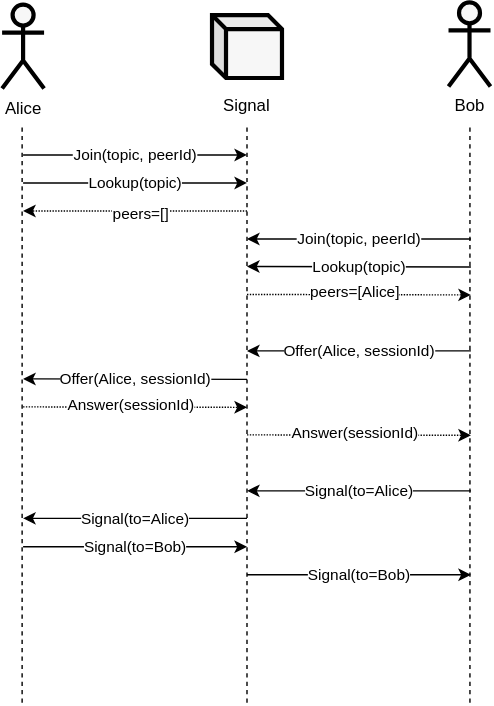
Before: docs/design/diagrams/mesh-signaling-sequence.drawio.svg, a diagram exported from draw.io (dxos/dxos). Source tidied: cells renumbered, new cells last; positions are measured from the earlier drawing's top-left corner, leaving out a move shared by most shapes.
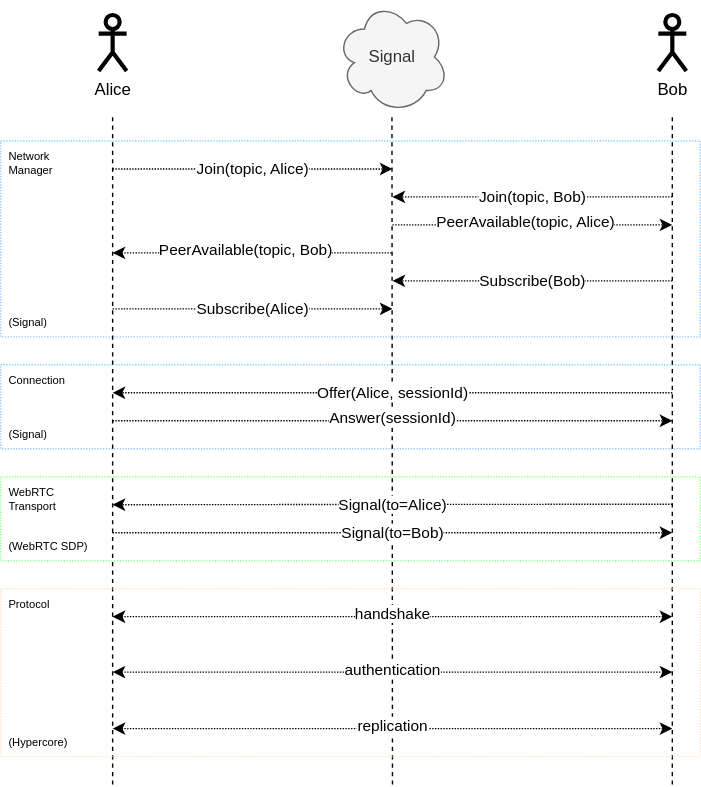
After the commit.

Diff of the diagram source:
```diff
@@ -2,131 +2,160 @@
   <root>
     <mxCell id="0" />
     <mxCell id="1" parent="0" />
+    <mxCell id="27" value="WebRTC&lt;br&gt;Transport" style="rounded=0;whiteSpace=wrap;html=1;fillColor=none;dashed=1;dashPattern=1 1;align=left;verticalAlign=top;fontSize=8;spacingLeft=4;spacingRight=4;strokeColor=#99FF99;" parent="1" vertex="1">
+      <mxGeometry x="-80" y="330" width="500" height="60" as="geometry" />
+    </mxCell>
+    <mxCell id="28" value="Connection" style="rounded=0;whiteSpace=wrap;html=1;fillColor=none;dashed=1;dashPattern=1 1;align=left;verticalAlign=top;fontSize=8;spacingLeft=4;spacingRight=4;strokeColor=#99CCFF;" parent="1" vertex="1">
+      <mxGeometry x="-80" y="250" width="500" height="60" as="geometry" />
+    </mxCell>
+    <mxCell id="29" value="Network&lt;br&gt;Manager" style="rounded=0;whiteSpace=wrap;html=1;fillColor=none;dashed=1;dashPattern=1 1;align=left;verticalAlign=top;fontSize=8;spacingLeft=4;spacingRight=4;strokeColor=#99CCFF;" parent="1" vertex="1">
+      <mxGeometry x="-80" y="90" width="500" height="140" as="geometry" />
+    </mxCell>
     <mxCell id="2" value="Alice" style="shape=umlActor;verticalLabelPosition=bottom;verticalAlign=top;html=1;strokeWidth=3;fillColor=#F7F7F7;" parent="1" vertex="1">
-      <mxGeometry y="1.5" width="30" height="60" as="geometry" />
+      <mxGeometry x="-10" width="20" height="40" as="geometry" />
     </mxCell>
-    <mxCell id="3" style="shape=cube;whiteSpace=wrap;html=1;boundedLbl=1;backgroundOutline=1;darkOpacity=0.05;darkOpacity2=0.1;strokeWidth=3;fillColor=#F7F7F7;size=10;" parent="1" vertex="1">
-      <mxGeometry x="150" y="9" width="50" height="45" as="geometry" />
-    </mxCell>
-    <mxCell id="4" value="Signal" style="text;html=1;strokeColor=none;fillColor=none;align=center;verticalAlign=middle;whiteSpace=wrap;rounded=0;" parent="1" vertex="1">
-      <mxGeometry x="145" y="59" width="60" height="30" as="geometry" />
-    </mxCell>
     <mxCell id="5" value="Bob" style="shape=umlActor;verticalLabelPosition=bottom;verticalAlign=top;html=1;strokeWidth=3;fillColor=#F7F7F7;" parent="1" vertex="1">
-      <mxGeometry x="319" width="30" height="60" as="geometry" />
+      <mxGeometry x="390" width="20" height="40" as="geometry" />
     </mxCell>
     <mxCell id="6" style="endArrow=none;dashed=1;html=1;rounded=0;strokeWidth=1;" parent="1" edge="1">
       <mxGeometry relative="1" as="geometry">
-        <mxPoint x="14.3" y="500.4" as="sourcePoint" />
-        <mxPoint x="14.3" y="89" as="targetPoint" />
+        <mxPoint y="550" as="sourcePoint" />
+        <mxPoint y="70" as="targetPoint" />
       </mxGeometry>
     </mxCell>
     <mxCell id="7" style="endArrow=none;dashed=1;html=1;rounded=0;strokeWidth=1;" parent="1" edge="1">
       <mxGeometry relative="1" as="geometry">
-        <mxPoint x="175" y="500.4" as="sourcePoint" />
-        <mxPoint x="175" y="89" as="targetPoint" />
+        <mxPoint x="200" y="550" as="sourcePoint" />
+        <mxPoint x="199.6" y="70" as="targetPoint" />
       </mxGeometry>
     </mxCell>
     <mxCell id="8" style="endArrow=none;dashed=1;html=1;rounded=0;strokeWidth=1;" parent="1" edge="1">
       <mxGeometry relative="1" as="geometry">
-        <mxPoint x="334.3" y="500.4" as="sourcePoint" />
-        <mxPoint x="334.3" y="89" as="targetPoint" />
+        <mxPoint x="400" y="550" as="sourcePoint" />
+        <mxPoint x="400" y="70" as="targetPoint" />
       </mxGeometry>
     </mxCell>
-    <mxCell id="9" value="Join(topic, peerId)" style="endArrow=classic;html=1;rounded=0;strokeWidth=1;" parent="1" edge="1">
+    <mxCell id="9" value="Join(topic, Alice)" style="endArrow=classic;html=1;rounded=0;strokeWidth=1;dashed=1;dashPattern=1 1;" parent="1" edge="1">
       <mxGeometry relative="1" as="geometry">
-        <mxPoint x="15" y="109" as="sourcePoint" />
-        <mxPoint x="175" y="109" as="targetPoint" />
+        <mxPoint y="110" as="sourcePoint" />
+        <mxPoint x="200" y="110" as="targetPoint" />
       </mxGeometry>
     </mxCell>
-    <mxCell id="10" value="Join(topic, peerId)" style="endArrow=classic;html=1;rounded=0;strokeWidth=1;" parent="1" edge="1">
+    <mxCell id="10" value="Join(topic, Bob)" style="endArrow=classic;html=1;rounded=0;strokeWidth=1;dashed=1;dashPattern=1 1;" parent="1" edge="1">
       <mxGeometry relative="1" as="geometry">
-        <mxPoint x="335" y="169" as="sourcePoint" />
-        <mxPoint x="175" y="169" as="targetPoint" />
+        <mxPoint x="400" y="130" as="sourcePoint" />
+        <mxPoint x="200" y="130" as="targetPoint" />
       </mxGeometry>
     </mxCell>
-    <mxCell id="11" value="Lookup(topic)" style="endArrow=classic;html=1;rounded=0;strokeWidth=1;" parent="1" edge="1">
-      <mxGeometry relative="1" as="geometry">
-        <mxPoint x="15" y="129" as="sourcePoint" />
-        <mxPoint x="175" y="129" as="targetPoint" />
-      </mxGeometry>
-    </mxCell>
-    <mxCell id="12" style="endArrow=classic;html=1;rounded=0;strokeWidth=1;dashed=1;dashPattern=1 1;" parent="1" edge="1">
-      <mxGeometry relative="1" as="geometry">
-        <mxPoint x="175" y="149" as="sourcePoint" />
-        <mxPoint x="15" y="149" as="targetPoint" />
-      </mxGeometry>
-    </mxCell>
-    <mxCell id="13" value="peers=[]" style="edgeLabel;html=1;align=center;verticalAlign=middle;" parent="12" vertex="1">
-      <mxGeometry x="-0.05" y="2" relative="1" as="geometry" />
-    </mxCell>
-    <mxCell id="14" value="Lookup(topic)" style="endArrow=classic;html=1;rounded=0;strokeWidth=1;" parent="1" edge="1">
-      <mxGeometry relative="1" as="geometry">
-        <mxPoint x="335" y="189" as="sourcePoint" />
-        <mxPoint x="175" y="188.7" as="targetPoint" />
-      </mxGeometry>
-    </mxCell>
     <mxCell id="15" style="endArrow=classic;html=1;rounded=0;strokeWidth=1;dashed=1;dashPattern=1 1;" parent="1" edge="1">
       <mxGeometry relative="1" as="geometry">
-        <mxPoint x="175" y="208.7" as="sourcePoint" />
-        <mxPoint x="335" y="209" as="targetPoint" />
+        <mxPoint x="200" y="150" as="sourcePoint" />
+        <mxPoint x="400" y="150" as="targetPoint" />
       </mxGeometry>
     </mxCell>
-    <mxCell id="16" value="peers=[Alice]" style="edgeLabel;html=1;align=center;verticalAlign=middle;" parent="15" vertex="1">
+    <mxCell id="16" value="PeerAvailable(topic, Alice)" style="edgeLabel;html=1;align=center;verticalAlign=middle;" parent="15" vertex="1">
       <mxGeometry x="-0.05" y="2" relative="1" as="geometry" />
     </mxCell>
-    <mxCell id="17" value="Offer(Alice, sessionId)" style="endArrow=classic;html=1;rounded=0;strokeWidth=1;" parent="1" edge="1">
+    <mxCell id="17" value="Offer(Alice, sessionId)" style="endArrow=classic;html=1;rounded=0;strokeWidth=1;dashed=1;dashPattern=1 1;" parent="1" edge="1">
       <mxGeometry relative="1" as="geometry">
-        <mxPoint x="335" y="249" as="sourcePoint" />
-        <mxPoint x="175" y="249" as="targetPoint" />
+        <mxPoint x="400" y="270" as="sourcePoint" />
+        <mxPoint y="270" as="targetPoint" />
       </mxGeometry>
     </mxCell>
-    <mxCell id="18" value="Offer(Alice, sessionId)" style="endArrow=classic;html=1;rounded=0;strokeWidth=1;" parent="1" edge="1">
-      <mxGeometry relative="1" as="geometry">
-        <mxPoint x="175" y="269.3" as="sourcePoint" />
-        <mxPoint x="15" y="269" as="targetPoint" />
-      </mxGeometry>
-    </mxCell>
     <mxCell id="19" style="endArrow=classic;html=1;rounded=0;strokeWidth=1;dashed=1;dashPattern=1 1;" parent="1" edge="1">
       <mxGeometry relative="1" as="geometry">
-        <mxPoint x="15" y="289" as="sourcePoint" />
-        <mxPoint x="175" y="289.3" as="targetPoint" />
+        <mxPoint y="290" as="sourcePoint" />
+        <mxPoint x="400" y="290" as="targetPoint" />
       </mxGeometry>
     </mxCell>
     <mxCell id="20" value="Answer(sessionId)" style="edgeLabel;html=1;align=center;verticalAlign=middle;" parent="19" vertex="1">
-      <mxGeometry x="-0.05" y="2" relative="1" as="geometry" />
+      <mxGeometry x="-0.05" y="2" relative="1" as="geometry">
+        <mxPoint x="10" as="offset" />
+      </mxGeometry>
     </mxCell>
-    <mxCell id="21" style="endArrow=classic;html=1;rounded=0;strokeWidth=1;dashed=1;dashPattern=1 1;" parent="1" edge="1">
-      <mxGeometry relative="1" as="geometry">
-        <mxPoint x="175" y="309" as="sourcePoint" />
-        <mxPoint x="335" y="309.3" as="targetPoint" />
-      </mxGeometry>
-    </mxCell>
-    <mxCell id="22" value="Answer(sessionId)" style="edgeLabel;html=1;align=center;verticalAlign=middle;" parent="21" vertex="1">
-      <mxGeometry x="-0.05" y="2" relative="1" as="geometry" />
-    </mxCell>
-    <mxCell id="23" value="Signal(to=Alice)" style="endArrow=classic;html=1;rounded=0;strokeWidth=1;" parent="1" edge="1">
+    <mxCell id="23" value="Signal(to=Alice)" style="endArrow=classic;html=1;rounded=0;strokeWidth=1;dashed=1;dashPattern=1 1;" parent="1" edge="1">
       <mxGeometry relative="1" as="geometry">
-        <mxPoint x="335" y="349" as="sourcePoint" />
-        <mxPoint x="175" y="349" as="targetPoint" />
+        <mxPoint x="400" y="349.6" as="sourcePoint" />
+        <mxPoint y="350" as="targetPoint" />
       </mxGeometry>
     </mxCell>
-    <mxCell id="24" value="Signal(to=Alice)" style="endArrow=classic;html=1;rounded=0;strokeWidth=1;" parent="1" edge="1">
-      <mxGeometry relative="1" as="geometry">
-        <mxPoint x="175" y="368.7" as="sourcePoint" />
-        <mxPoint x="15" y="368.7" as="targetPoint" />
-      </mxGeometry>
-    </mxCell>
-    <mxCell id="25" value="Signal(to=Bob)" style="endArrow=classic;html=1;rounded=0;strokeWidth=1;" parent="1" edge="1">
-      <mxGeometry relative="1" as="geometry">
-        <mxPoint x="15" y="389" as="sourcePoint" />
-        <mxPoint x="175" y="389" as="targetPoint" />
-      </mxGeometry>
-    </mxCell>
-    <mxCell id="26" value="Signal(to=Bob)" style="endArrow=classic;html=1;rounded=0;strokeWidth=1;" parent="1" edge="1">
+    <mxCell id="26" value="Signal(to=Bob)" style="endArrow=classic;html=1;rounded=0;strokeWidth=1;dashed=1;dashPattern=1 1;" parent="1" edge="1">
       <mxGeometry relative="1" as="geometry">
-        <mxPoint x="175" y="409" as="sourcePoint" />
-        <mxPoint x="335" y="409" as="targetPoint" />
+        <mxPoint y="370" as="sourcePoint" />
+        <mxPoint x="400" y="370" as="targetPoint" />
       </mxGeometry>
     </mxCell>
+    <mxCell id="4" value="Signal" style="ellipse;shape=cloud;whiteSpace=wrap;html=1;fillColor=#f5f5f5;fontColor=#333333;strokeColor=#666666;" parent="1" vertex="1">
+      <mxGeometry x="160" y="-10" width="80" height="80" as="geometry" />
+    </mxCell>
+    <mxCell id="30" style="endArrow=none;html=1;rounded=0;strokeWidth=1;dashed=1;dashPattern=1 1;startArrow=classic;startFill=1;endFill=0;" parent="1" edge="1">
+      <mxGeometry relative="1" as="geometry">
+        <mxPoint y="170" as="sourcePoint" />
+        <mxPoint x="200" y="170" as="targetPoint" />
+      </mxGeometry>
+    </mxCell>
+    <mxCell id="31" value="PeerAvailable(topic, Bob)" style="edgeLabel;html=1;align=center;verticalAlign=middle;" parent="30" vertex="1">
+      <mxGeometry x="-0.05" y="2" relative="1" as="geometry" />
+    </mxCell>
+    <mxCell id="32" value="Subscribe(Bob)" style="endArrow=classic;html=1;rounded=0;strokeWidth=1;dashed=1;dashPattern=1 1;" parent="1" edge="1">
+      <mxGeometry relative="1" as="geometry">
+        <mxPoint x="400" y="190" as="sourcePoint" />
+        <mxPoint x="200" y="190" as="targetPoint" />
+      </mxGeometry>
+    </mxCell>
+    <mxCell id="33" value="Subscribe(Alice)" style="endArrow=classic;html=1;rounded=0;strokeWidth=1;dashed=1;dashPattern=1 1;" parent="1" edge="1">
+      <mxGeometry relative="1" as="geometry">
+        <mxPoint y="210" as="sourcePoint" />
+        <mxPoint x="200" y="210" as="targetPoint" />
+      </mxGeometry>
+    </mxCell>
+    <mxCell id="34" value="Protocol" style="rounded=0;whiteSpace=wrap;html=1;fillColor=none;dashed=1;dashPattern=1 1;align=left;verticalAlign=top;fontSize=8;spacingLeft=4;spacingRight=4;strokeColor=#FFE6CC;" parent="1" vertex="1">
+      <mxGeometry x="-80" y="410" width="500" height="120" as="geometry" />
+    </mxCell>
+    <mxCell id="35" style="endArrow=classic;html=1;rounded=0;strokeWidth=1;dashed=1;dashPattern=1 1;startArrow=classic;startFill=1;" parent="1" edge="1">
+      <mxGeometry relative="1" as="geometry">
+        <mxPoint y="430" as="sourcePoint" />
+        <mxPoint x="400" y="430" as="targetPoint" />
+      </mxGeometry>
+    </mxCell>
+    <mxCell id="36" value="handshake" style="edgeLabel;html=1;align=center;verticalAlign=middle;" parent="35" vertex="1">
+      <mxGeometry x="-0.05" y="2" relative="1" as="geometry">
+        <mxPoint x="10" as="offset" />
+      </mxGeometry>
+    </mxCell>
+    <mxCell id="37" style="endArrow=classic;html=1;rounded=0;strokeWidth=1;dashed=1;dashPattern=1 1;startArrow=classic;startFill=1;" parent="1" edge="1">
+      <mxGeometry relative="1" as="geometry">
+        <mxPoint y="469.6" as="sourcePoint" />
+        <mxPoint x="400" y="469.6" as="targetPoint" />
+      </mxGeometry>
+    </mxCell>
+    <mxCell id="38" value="authentication" style="edgeLabel;html=1;align=center;verticalAlign=middle;" parent="37" vertex="1">
+      <mxGeometry x="-0.05" y="2" relative="1" as="geometry">
+        <mxPoint x="10" as="offset" />
+      </mxGeometry>
+    </mxCell>
+    <mxCell id="39" style="endArrow=classic;html=1;rounded=0;strokeWidth=1;dashed=1;dashPattern=1 1;startArrow=classic;startFill=1;" parent="1" edge="1">
+      <mxGeometry relative="1" as="geometry">
+        <mxPoint y="510" as="sourcePoint" />
+        <mxPoint x="400" y="510" as="targetPoint" />
+      </mxGeometry>
+    </mxCell>
+    <mxCell id="40" value="replication" style="edgeLabel;html=1;align=center;verticalAlign=middle;" parent="39" vertex="1">
+      <mxGeometry x="-0.05" y="2" relative="1" as="geometry">
+        <mxPoint x="10" as="offset" />
+      </mxGeometry>
+    </mxCell>
+    <mxCell id="41" value="&lt;span style=&quot;color: rgb(0 , 0 , 0) ; font-family: &amp;#34;helvetica&amp;#34; ; font-size: 8px ; font-style: normal ; font-weight: 400 ; letter-spacing: normal ; text-indent: 0px ; text-transform: none ; word-spacing: 0px ; background-color: rgb(255 , 255 , 255) ; display: inline ; float: none&quot;&gt;(WebRTC SDP)&lt;/span&gt;" style="rounded=0;whiteSpace=wrap;html=1;dashed=1;dashPattern=1 1;fontSize=8;strokeColor=none;fillColor=none;align=left;spacingLeft=4;spacingRight=4;" parent="1" vertex="1">
+      <mxGeometry x="-80" y="370" width="80" height="20" as="geometry" />
+    </mxCell>
+    <mxCell id="42" value="&lt;span style=&quot;color: rgb(0 , 0 , 0) ; font-family: &amp;#34;helvetica&amp;#34; ; font-size: 8px ; font-style: normal ; font-weight: 400 ; letter-spacing: normal ; text-indent: 0px ; text-transform: none ; word-spacing: 0px ; background-color: rgb(255 , 255 , 255) ; display: inline ; float: none&quot;&gt;(Signal)&lt;/span&gt;" style="rounded=0;whiteSpace=wrap;html=1;dashed=1;dashPattern=1 1;fontSize=8;strokeColor=none;fillColor=none;align=left;spacingLeft=4;spacingRight=4;" parent="1" vertex="1">
+      <mxGeometry x="-80" y="210" width="80" height="20" as="geometry" />
+    </mxCell>
+    <mxCell id="43" value="&lt;span style=&quot;color: rgb(0 , 0 , 0) ; font-family: &amp;#34;helvetica&amp;#34; ; font-size: 8px ; font-style: normal ; font-weight: 400 ; letter-spacing: normal ; text-indent: 0px ; text-transform: none ; word-spacing: 0px ; background-color: rgb(255 , 255 , 255) ; display: inline ; float: none&quot;&gt;(Signal)&lt;/span&gt;" style="rounded=0;whiteSpace=wrap;html=1;dashed=1;dashPattern=1 1;fontSize=8;strokeColor=none;fillColor=none;align=left;spacingLeft=4;spacingRight=4;" parent="1" vertex="1">
+      <mxGeometry x="-80" y="290" width="80" height="20" as="geometry" />
+    </mxCell>
+    <mxCell id="44" value="&lt;span style=&quot;color: rgb(0 , 0 , 0) ; font-family: &amp;#34;helvetica&amp;#34; ; font-size: 8px ; font-style: normal ; font-weight: 400 ; letter-spacing: normal ; text-indent: 0px ; text-transform: none ; word-spacing: 0px ; background-color: rgb(255 , 255 , 255) ; display: inline ; float: none&quot;&gt;(Hypercore)&lt;/span&gt;" style="rounded=0;whiteSpace=wrap;html=1;dashed=1;dashPattern=1 1;fontSize=8;strokeColor=none;fillColor=none;align=left;spacingLeft=4;spacingRight=4;" parent="1" vertex="1">
+      <mxGeometry x="-80" y="510" width="80" height="20" as="geometry" />
+    </mxCell>
   </root>
 </mxGraphModel>
```
